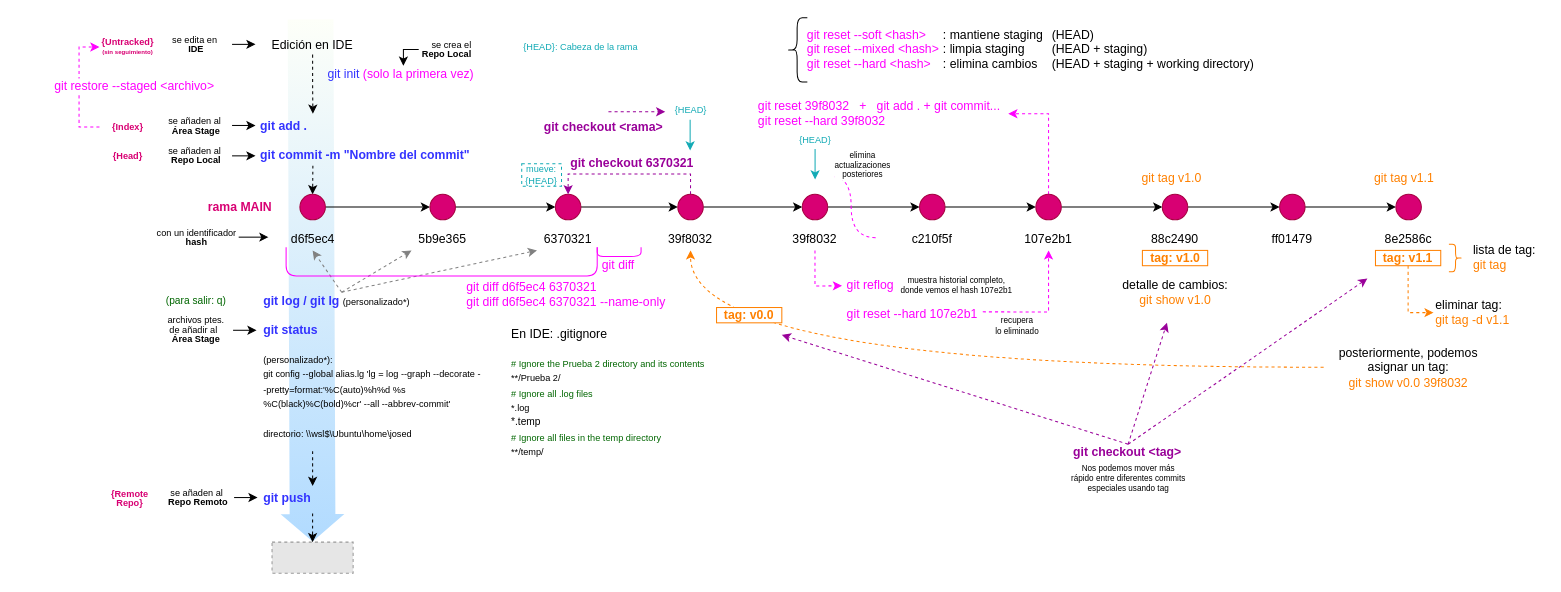
Before: Git/Git.drawio in JoseDiazRguez/FORMACION, a draw.io diagram. Source tidied: cells renumbered, new cells numbered last; positions are measured from the earlier drawing's top-left corner, leaving out a move shared by most shapes. Both pictures are drawn from the tidied source at 102%, with x=0, y=0 at pixel (99, 17). Pictures stored in the file or linked from it are replaced by grey dashed boxes.
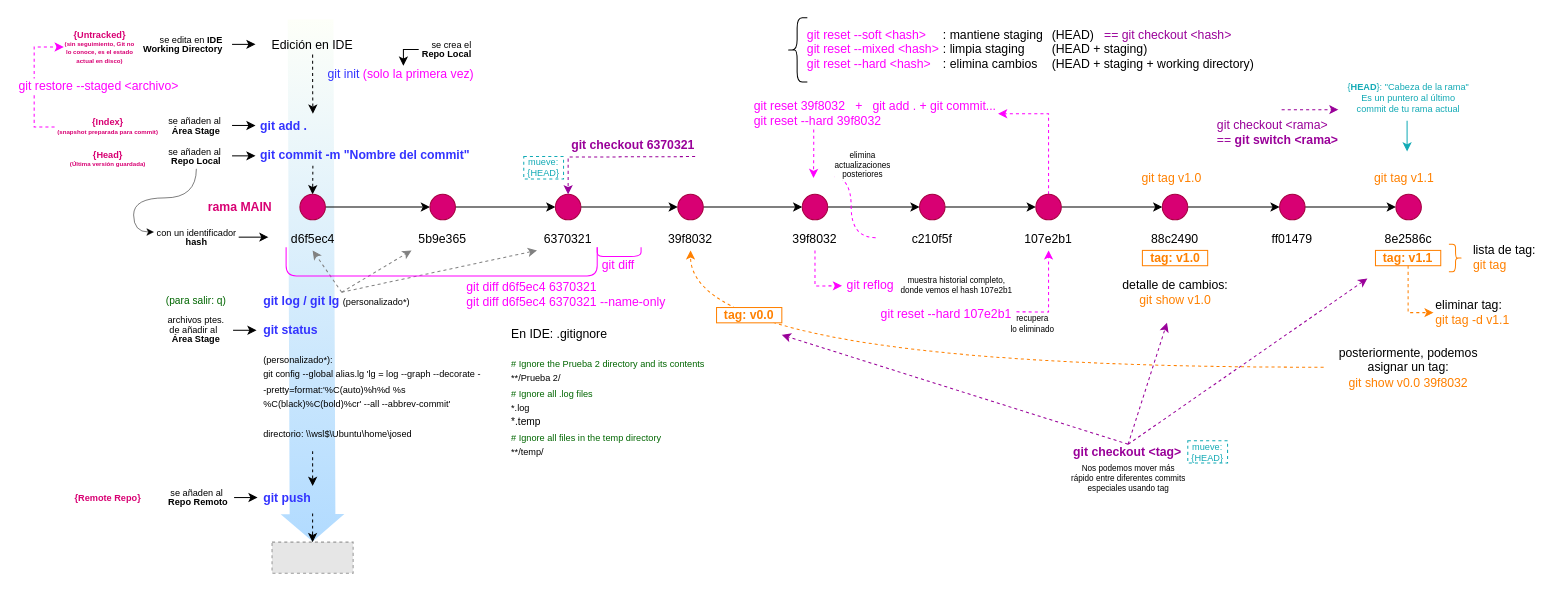
The same diagram, later.

Unchanged cells that the change refers to:
```xml
<mxCell id="15" style="ellipse;whiteSpace=wrap;html=1;fillColor=#d80073;fontColor=#ffffff;strokeColor=#A50040;" parent="1" vertex="1">
  <mxGeometry x="447" y="173" width="25" height="25" as="geometry" />
</mxCell>
<mxCell id="22" value="&lt;div style=&quot;line-height: 100%;&quot;&gt;con un identificador&lt;/div&gt;&lt;div style=&quot;line-height: 100%;&quot;&gt;&lt;b&gt;hash&lt;/b&gt;&lt;/div&gt;" style="rounded=0;whiteSpace=wrap;html=1;strokeColor=none;fillColor=none;fontSize=9;" parent="1" vertex="1">
  <mxGeometry x="53.5" y="205" width="83" height="20" as="geometry" />
</mxCell>
<mxCell id="53" style="ellipse;whiteSpace=wrap;html=1;fillColor=#d80073;fontColor=#ffffff;strokeColor=#A50040;" parent="1" vertex="1">
  <mxGeometry x="567" y="173" width="25" height="25" as="geometry" />
</mxCell>
```

Diff of the diagram source:
```diff
@@
+    <mxCell id="109" style="edgeStyle=orthogonalEdgeStyle;rounded=0;jettySize=auto;html=1;exitX=0.5;exitY=1;exitDx=0;exitDy=0;entryX=0;entryY=0.25;entryDx=0;entryDy=0;curved=1;strokeWidth=0.5;" parent="1" edge="1" source="20" target="22">
+      <mxGeometry relative="1" as="geometry" />
+    </mxCell>
     <mxCell id="20" value="&lt;div style=&quot;line-height: 100%;&quot;&gt;se añaden al&amp;nbsp;&lt;/div&gt;&lt;div style=&quot;line-height: 100%;&quot;&gt;&lt;b&gt;Repo Local&lt;/b&gt;&lt;/div&gt;" style="rounded=0;whiteSpace=wrap;html=1;strokeColor=none;fillColor=none;fontSize=9;" parent="1" vertex="1">
-      <mxGeometry x="60" y="125" width="70" height="20" as="geometry" />
+      <mxGeometry x="60" y="123" width="70" height="25" as="geometry" />
     </mxCell>
@@
-    <mxCell id="43" style="edgeStyle=orthogonalEdgeStyle;rounded=0;jettySize=auto;html=1;exitX=1;exitY=0.5;exitDx=0;exitDy=0;" parent="1" edge="1" source="44">
+    <mxCell id="43" style="edgeStyle=orthogonalEdgeStyle;rounded=0;orthogonalLoop=1;jettySize=auto;html=1;" parent="1" edge="1">
       <mxGeometry relative="1" as="geometry">
+        <mxPoint x="130" y="26" as="sourcePoint" />
         <mxPoint x="153" y="26.2" as="targetPoint" />
       </mxGeometry>
     </mxCell>
-    <mxCell id="44" value="&lt;div style=&quot;line-height: 100%;&quot;&gt;se edita en&amp;nbsp;&lt;/div&gt;&lt;div style=&quot;line-height: 100%;&quot;&gt;&lt;b&gt;IDE&lt;/b&gt;&lt;/div&gt;" style="rounded=0;whiteSpace=wrap;html=1;strokeColor=none;fillColor=none;fontSize=9;" parent="1" vertex="1">
-      <mxGeometry x="60" y="16" width="70" height="20" as="geometry" />
+    <mxCell id="44" value="&lt;div style=&quot;line-height: 100%;&quot;&gt;se edita en&amp;nbsp;&lt;b style=&quot;background-color: transparent; color: light-dark(rgb(0, 0, 0), rgb(255, 255, 255));&quot;&gt;IDE&lt;/b&gt;&lt;/div&gt;&lt;div style=&quot;line-height: 100%;&quot;&gt;&lt;b&gt;Working Directory&lt;/b&gt;&lt;/div&gt;" style="rounded=0;whiteSpace=wrap;html=1;strokeColor=none;fillColor=none;fontSize=9;align=right;" parent="1" vertex="1">
+      <mxGeometry x="39" y="16" width="84" height="20" as="geometry" />
     </mxCell>
-    <mxCell id="45" value="&lt;div style=&quot;line-height: 100%;&quot;&gt;{Untracked}&lt;/div&gt;&lt;div style=&quot;line-height: 100%;&quot;&gt;&lt;font style=&quot;font-size: 6px;&quot;&gt;(sin seguimiento)&lt;/font&gt;&lt;/div&gt;" style="rounded=0;whiteSpace=wrap;html=1;strokeColor=none;fillColor=none;fontSize=9;align=center;fontStyle=1;fontColor=#D80073;" parent="1" vertex="1">
-      <mxGeometry y="18.5" width="56" height="20" as="geometry" />
+    <mxCell id="45" value="&lt;div style=&quot;line-height: 90%;&quot;&gt;&lt;div&gt;{Untracked}&lt;/div&gt;&lt;div&gt;&lt;font style=&quot;font-size: 6px; line-height: 90%;&quot;&gt;(sin seguimiento, Git no lo conoce, es el estado actual en disco)&lt;/font&gt;&lt;/div&gt;&lt;/div&gt;" style="rounded=0;whiteSpace=wrap;html=1;strokeColor=none;fillColor=none;fontSize=9;align=center;fontStyle=1;fontColor=#D80073;" parent="1" vertex="1">
+      <mxGeometry x="-35" y="18.5" width="71" height="20" as="geometry" />
     </mxCell>
@@
-    <mxCell id="47" value="&lt;div style=&quot;line-height: 100%;&quot;&gt;{Index}&lt;/div&gt;" style="rounded=0;whiteSpace=wrap;html=1;strokeColor=none;fillColor=none;fontSize=9;align=center;fontStyle=1;fontColor=#D80073;" parent="1" vertex="1">
-      <mxGeometry y="97" width="56" height="20" as="geometry" />
+    <mxCell id="47" value="&lt;div style=&quot;line-height: 90%;&quot;&gt;&lt;div&gt;{Index}&lt;/div&gt;&lt;div&gt;&lt;font style=&quot;font-size: 6px; line-height: 90%;&quot;&gt;(snapshot preparada para commit)&lt;/font&gt;&lt;/div&gt;&lt;/div&gt;" style="rounded=0;whiteSpace=wrap;html=1;strokeColor=none;fillColor=none;fontSize=9;align=center;fontStyle=1;fontColor=#D80073;" parent="1" vertex="1">
+      <mxGeometry x="-44" y="97" width="105" height="20" as="geometry" />
     </mxCell>
-    <mxCell id="48" value="&lt;div style=&quot;line-height: 100%;&quot;&gt;{Head}&lt;/div&gt;" style="rounded=0;whiteSpace=wrap;html=1;strokeColor=none;fillColor=none;fontSize=9;align=center;fontStyle=1;fontColor=#D80073;" parent="1" vertex="1">
-      <mxGeometry y="126" width="56" height="20" as="geometry" />
+    <mxCell id="48" value="&lt;div style=&quot;line-height: 90%;&quot;&gt;&lt;div&gt;{Head}&lt;/div&gt;&lt;div&gt;&lt;font style=&quot;font-size: 6px; line-height: 90%;&quot;&gt;(Última versión guardada)&lt;/font&gt;&lt;/div&gt;&lt;/div&gt;" style="rounded=0;whiteSpace=wrap;html=1;strokeColor=none;fillColor=none;fontSize=9;align=center;fontStyle=1;fontColor=#D80073;" parent="1" vertex="1">
+      <mxGeometry x="-44" y="126" width="105" height="25" as="geometry" />
     </mxCell>
     <mxCell id="49" value="&lt;div style=&quot;line-height: 100%;&quot;&gt;{Remote Repo}&lt;/div&gt;" style="rounded=0;whiteSpace=wrap;html=1;strokeColor=none;fillColor=none;fontSize=9;align=center;fontStyle=1;fontColor=#D80073;" parent="1" vertex="1">
-      <mxGeometry x="2" y="460.5" width="56" height="20" as="geometry" />
+      <mxGeometry x="-44" y="460.5" width="105" height="20" as="geometry" />
     </mxCell>
@@
-    <mxCell id="51" style="edgeStyle=orthogonalEdgeStyle;rounded=0;jettySize=auto;html=1;exitX=0.5;exitY=0;exitDx=0;exitDy=0;entryX=0.5;entryY=0;entryDx=0;entryDy=0;dashed=1;strokeColor=#990099;" parent="1" edge="1" source="53" target="15">
-      <mxGeometry relative="1" as="geometry" />
+    <mxCell id="51" style="edgeStyle=orthogonalEdgeStyle;rounded=0;jettySize=auto;html=1;entryX=0.5;entryY=0;entryDx=0;entryDy=0;dashed=1;strokeColor=#990099;" parent="1" edge="1" target="15">
+      <mxGeometry relative="1" as="geometry">
+        <mxPoint x="584" y="136" as="sourcePoint" />
+      </mxGeometry>
     </mxCell>
@@
     <mxCell id="55" value="git checkout 6370321" style="whiteSpace=wrap;html=1;fillColor=none;strokeColor=none;rounded=0;align=left;verticalAlign=middle;fontFamily=Helvetica;fontSize=12;fontColor=#990099;fontStyle=1;" parent="1" vertex="1">
-      <mxGeometry x="460" y="135" width="132" height="15" as="geometry" />
+      <mxGeometry x="461" y="117" width="132" height="15" as="geometry" />
     </mxCell>
     <mxCell id="56" value="mueve:&lt;div&gt;{HEAD}&lt;/div&gt;" style="whiteSpace=wrap;html=1;fillColor=none;strokeColor=#12AAB5;rounded=0;align=center;verticalAlign=middle;fontFamily=Helvetica;fontSize=9;fontColor=#12AAB5;dashed=1;" parent="1" vertex="1">
-      <mxGeometry x="414" y="143" width="39" height="22" as="geometry" />
+      <mxGeometry x="416" y="136" width="39" height="22" as="geometry" />
     </mxCell>
-    <mxCell id="57" value="{HEAD}: Cabeza de la rama" style="whiteSpace=wrap;html=1;fillColor=none;strokeColor=none;rounded=0;align=left;verticalAlign=middle;fontFamily=Helvetica;fontSize=9;fontColor=#12AAB5;dashed=1;" parent="1" vertex="1">
-      <mxGeometry x="414" y="21" width="121" height="15" as="geometry" />
+    <mxCell id="57" value="{&lt;b&gt;HEAD&lt;/b&gt;}: &quot;Cabeza de la rama&quot;&lt;div&gt;Es un puntero al último commit de tu rama actual&lt;/div&gt;" style="whiteSpace=wrap;html=1;fillColor=none;strokeColor=none;rounded=0;align=center;verticalAlign=middle;fontFamily=Helvetica;fontSize=9;fontColor=#12AAB5;dashed=1;" parent="1" vertex="1">
+      <mxGeometry x="1223" y="61" width="121" height="36.5" as="geometry" />
     </mxCell>
-    <mxCell id="58" style="edgeStyle=orthogonalEdgeStyle;rounded=0;orthogonalLoop=1;jettySize=auto;html=1;exitX=0.5;exitY=1;exitDx=0;exitDy=0;entryX=0.25;entryY=0;entryDx=0;entryDy=0;strokeColor=#12AAB5;" parent="1" edge="1">
-      <mxGeometry relative="1" as="geometry">
-        <mxPoint x="579.1" y="100" as="sourcePoint" />
-        <mxPoint x="579.1" y="130" as="targetPoint" />
-      </mxGeometry>
-    </mxCell>
-    <mxCell id="59" value="{HEAD}" style="whiteSpace=wrap;html=1;fillColor=none;strokeColor=none;rounded=0;align=center;verticalAlign=middle;fontFamily=Helvetica;fontSize=9;fontColor=#12AAB5;dashed=1;" parent="1" vertex="1">
-      <mxGeometry x="560.5" y="83.5" width="38" height="15" as="geometry" />
-    </mxCell>
-    <mxCell id="60" value="git checkout &amp;lt;rama&amp;gt;" style="whiteSpace=wrap;html=1;fillColor=none;strokeColor=none;rounded=0;align=left;verticalAlign=middle;fontFamily=Helvetica;fontSize=12;fontColor=#990099;fontStyle=1;" parent="1" vertex="1">
-      <mxGeometry x="434" y="99" width="129" height="15" as="geometry" />
+    <mxCell id="60" value="&lt;span style=&quot;font-weight: normal;&quot;&gt;git checkout &amp;lt;rama&amp;gt;&lt;/span&gt;&lt;div&gt;&lt;span style=&quot;font-weight: normal;&quot;&gt;==&amp;nbsp;&lt;/span&gt;git switch &amp;lt;rama&amp;gt;&lt;/div&gt;" style="whiteSpace=wrap;html=1;fillColor=none;strokeColor=none;rounded=0;align=left;verticalAlign=middle;fontFamily=Helvetica;fontSize=12;fontColor=#990099;fontStyle=1;" parent="1" vertex="1">
+      <mxGeometry x="1094" y="97" width="129" height="29" as="geometry" />
     </mxCell>
     <mxCell id="61" style="edgeStyle=orthogonalEdgeStyle;rounded=0;orthogonalLoop=1;jettySize=auto;html=1;dashed=1;strokeColor=#990099;" parent="1" edge="1">
       <mxGeometry relative="1" as="geometry">
-        <mxPoint x="499" y="92" as="sourcePoint" />
-        <mxPoint x="554.7" y="92" as="targetPoint" />
+        <mxPoint x="1159" y="90" as="sourcePoint" />
+        <mxPoint x="1214.7" y="90" as="targetPoint" />
       </mxGeometry>
     </mxCell>
@@
+    <mxCell id="110" style="edgeStyle=orthogonalEdgeStyle;rounded=0;jettySize=auto;html=1;exitX=0.25;exitY=1;exitDx=0;exitDy=0;dashed=1;strokeColor=#FF00FF;" parent="1" edge="1" source="73">
+      <mxGeometry relative="1" as="geometry">
+        <mxPoint x="700" y="157" as="targetPoint" />
+      </mxGeometry>
+    </mxCell>
     <mxCell id="73" value="&lt;div style=&quot;text-align: left;&quot;&gt;git reset&amp;nbsp;39f8032&amp;nbsp; &amp;nbsp;+&amp;nbsp; &amp;nbsp;git add . + git commit...&lt;/div&gt;&lt;div style=&quot;text-align: left;&quot;&gt;git reset --hard&amp;nbsp;39f8032&lt;/div&gt;" style="whiteSpace=wrap;html=1;fillColor=none;strokeColor=none;rounded=0;align=left;verticalAlign=middle;fontFamily=Helvetica;fontSize=12;fontColor=#FF00FF;" parent="1" vertex="1">
-      <mxGeometry x="644" y="78.5" width="247" height="31" as="geometry" />
+      <mxGeometry x="640" y="78.5" width="241" height="31" as="geometry" />
     </mxCell>
-    <mxCell id="74" style="edgeStyle=orthogonalEdgeStyle;rounded=0;orthogonalLoop=1;jettySize=auto;html=1;exitX=0.5;exitY=1;exitDx=0;exitDy=0;entryX=0.25;entryY=0;entryDx=0;entryDy=0;strokeColor=#12AAB5;" parent="1" edge="1">
-      <mxGeometry relative="1" as="geometry">
-        <mxPoint x="701.6" y="128.5" as="sourcePoint" />
-        <mxPoint x="701.6" y="158.5" as="targetPoint" />
-      </mxGeometry>
-    </mxCell>
-    <mxCell id="75" value="{HEAD}" style="whiteSpace=wrap;html=1;fillColor=none;strokeColor=none;rounded=0;align=center;verticalAlign=middle;fontFamily=Helvetica;fontSize=9;fontColor=#12AAB5;dashed=1;" parent="1" vertex="1">
-      <mxGeometry x="683" y="112" width="38" height="15" as="geometry" />
-    </mxCell>
@@
-    <mxCell id="77" value="&lt;div style=&quot;text-align: left;&quot;&gt;git reflog&lt;/div&gt;&lt;div style=&quot;text-align: left;&quot;&gt;&lt;br&gt;&lt;/div&gt;&lt;div style=&quot;text-align: left;&quot;&gt;git reset --hard&amp;nbsp;107e2b1&lt;/div&gt;" style="whiteSpace=wrap;html=1;fillColor=none;strokeColor=none;rounded=0;align=left;verticalAlign=middle;fontFamily=Helvetica;fontSize=12;fontColor=#FF00FF;spacingLeft=3;" parent="1" vertex="1">
-      <mxGeometry x="728" y="250" width="138" height="51" as="geometry" />
+    <mxCell id="77" value="&lt;div style=&quot;text-align: left;&quot;&gt;git reflog&lt;/div&gt;&lt;div style=&quot;text-align: left;&quot;&gt;&lt;br&gt;&lt;/div&gt;&lt;div style=&quot;text-align: left;&quot;&gt;&amp;nbsp; &amp;nbsp; &amp;nbsp; &amp;nbsp; &amp;nbsp; git reset --hard&amp;nbsp;107e2b1&lt;/div&gt;" style="whiteSpace=wrap;html=1;fillColor=none;strokeColor=none;rounded=0;align=left;verticalAlign=middle;fontFamily=Helvetica;fontSize=12;fontColor=#FF00FF;spacingLeft=3;" parent="1" vertex="1">
+      <mxGeometry x="728" y="250" width="171" height="51" as="geometry" />
     </mxCell>
@@
     <mxCell id="79" value="recupera&lt;div&gt;lo eliminado&lt;/div&gt;" style="rounded=0;whiteSpace=wrap;html=1;strokeColor=none;fillColor=none;fontSize=8;fontStyle=0;fontColor=default;" parent="1" vertex="1">
-      <mxGeometry x="875" y="292" width="50" height="20" as="geometry" />
+      <mxGeometry x="890" y="290" width="50" height="20" as="geometry" />
     </mxCell>
@@
-    <mxCell id="107" value="&lt;div style=&quot;text-align: left;&quot;&gt;&lt;font&gt;&lt;div style=&quot;&quot;&gt;&lt;font&gt;&lt;span style=&quot;background-color: transparent;&quot;&gt;&lt;font style=&quot;&quot;&gt;&lt;font style=&quot;color: rgb(255, 0, 255);&quot;&gt;git reset --soft &amp;lt;hash&amp;gt;&lt;/font&gt;&lt;font style=&quot;color: rgb(0, 0, 0);&quot;&gt; &lt;/font&gt;&lt;span style=&quot;color: light-dark(rgb(255, 0, 255), rgb(255, 112, 255)); white-space: pre;&quot;&gt;&#9;&lt;/span&gt;&lt;font style=&quot;color: rgb(0, 0, 0);&quot;&gt;:&amp;nbsp;&lt;/font&gt;&lt;/font&gt;&lt;font style=&quot;color: rgb(0, 0, 0);&quot;&gt;mantiene staging&lt;font&gt;&amp;nbsp;&lt;span style=&quot;white-space: pre;&quot;&gt;&#9;&lt;/span&gt;(&lt;/font&gt;&lt;/font&gt;&lt;/span&gt;&lt;span style=&quot;background-color: transparent;&quot;&gt;&lt;font style=&quot;color: rgb(0, 0, 0);&quot;&gt;HEAD)&lt;/font&gt;&lt;/span&gt;&lt;/font&gt;&lt;/div&gt;&lt;/font&gt;&lt;/div&gt;&lt;div style=&quot;text-align: left;&quot;&gt;&lt;font&gt;&lt;span style=&quot;background-color: transparent;&quot;&gt;&lt;font style=&quot;&quot;&gt;&lt;font style=&quot;color: rgb(255, 0, 255);&quot;&gt;git reset --mixed &amp;lt;hash&amp;gt;&lt;/font&gt;&lt;span style=&quot;color: light-dark(rgb(255, 0, 255), rgb(255, 112, 255)); white-space: pre;&quot;&gt;&#9;&lt;/span&gt;&lt;font style=&quot;color: rgb(0, 0, 0);&quot;&gt;: &lt;/font&gt;&lt;/font&gt;&lt;font style=&quot;color: rgb(0, 0, 0);&quot;&gt;limpia staging&lt;font style=&quot;&quot;&gt;&amp;nbsp;&lt;span style=&quot;white-space: pre;&quot;&gt;&#9;&lt;/span&gt;(&lt;/font&gt;&lt;/font&gt;&lt;/span&gt;&lt;span style=&quot;background-color: transparent;&quot;&gt;&lt;font style=&quot;color: rgb(0, 0, 0);&quot;&gt;HEAD + staging)&lt;/font&gt;&lt;/span&gt;&lt;/font&gt;&lt;/div&gt;&lt;div style=&quot;text-align: left;&quot;&gt;&lt;font&gt;&lt;span style=&quot;background-color: transparent;&quot;&gt;&lt;font style=&quot;color: rgb(255, 0, 255);&quot;&gt;git reset --hard&amp;nbsp;&amp;lt;hash&amp;gt;&lt;/font&gt;&lt;font style=&quot;color: rgb(0, 0, 0);&quot;&gt;&amp;nbsp; &lt;/font&gt;&lt;span style=&quot;color: light-dark(rgb(255, 0, 255), rgb(255, 112, 255)); white-space: pre;&quot;&gt;&#9;&lt;/span&gt;&lt;font style=&quot;color: rgb(0, 0, 0);&quot;&gt;: elimina cambios &lt;span style=&quot;white-space: pre;&quot;&gt;&#9;&lt;/span&gt;(&lt;/font&gt;&lt;/span&gt;&lt;span style=&quot;background-color: transparent;&quot;&gt;&lt;font style=&quot;color: rgb(0, 0, 0);&quot;&gt;HEAD + staging + working directory)&lt;/font&gt;&lt;/span&gt;&lt;/font&gt;&lt;/div&gt;" style="whiteSpace=wrap;html=1;fillColor=none;strokeColor=none;rounded=0;align=left;verticalAlign=middle;fontFamily=Helvetica;fontSize=12;fontColor=#FF00FF;" parent="1" vertex="1">
+    <mxCell id="107" value="&lt;div style=&quot;text-align: left;&quot;&gt;&lt;font&gt;&lt;div style=&quot;&quot;&gt;&lt;font&gt;&lt;span style=&quot;background-color: transparent;&quot;&gt;&lt;font style=&quot;&quot;&gt;&lt;font style=&quot;color: rgb(255, 0, 255);&quot;&gt;git reset --soft &amp;lt;hash&amp;gt;&lt;/font&gt;&lt;font style=&quot;color: rgb(0, 0, 0);&quot;&gt; &lt;/font&gt;&lt;span style=&quot;color: light-dark(rgb(255, 0, 255), rgb(255, 112, 255)); white-space: pre;&quot;&gt;&#9;&lt;/span&gt;&lt;font style=&quot;color: rgb(0, 0, 0);&quot;&gt;:&amp;nbsp;&lt;/font&gt;&lt;/font&gt;&lt;font style=&quot;color: rgb(0, 0, 0);&quot;&gt;mantiene staging&lt;font&gt;&amp;nbsp;&lt;span style=&quot;white-space: pre;&quot;&gt;&#9;&lt;/span&gt;(&lt;/font&gt;&lt;/font&gt;&lt;/span&gt;&lt;span style=&quot;background-color: transparent;&quot;&gt;&lt;font style=&quot;color: rgb(0, 0, 0);&quot;&gt;HEAD)&amp;nbsp; &amp;nbsp;&lt;/font&gt;&lt;font style=&quot;color: rgb(153, 0, 153);&quot;&gt;== git checkout &amp;lt;hash&amp;gt;&lt;/font&gt;&lt;/span&gt;&lt;/font&gt;&lt;/div&gt;&lt;/font&gt;&lt;/div&gt;&lt;div style=&quot;text-align: left;&quot;&gt;&lt;font&gt;&lt;span style=&quot;background-color: transparent;&quot;&gt;&lt;font style=&quot;&quot;&gt;&lt;font style=&quot;color: rgb(255, 0, 255);&quot;&gt;git reset --mixed &amp;lt;hash&amp;gt;&lt;/font&gt;&lt;span style=&quot;color: light-dark(rgb(255, 0, 255), rgb(255, 112, 255)); white-space: pre;&quot;&gt;&#9;&lt;/span&gt;&lt;font style=&quot;color: rgb(0, 0, 0);&quot;&gt;: &lt;/font&gt;&lt;/font&gt;&lt;font style=&quot;color: rgb(0, 0, 0);&quot;&gt;limpia staging&lt;font style=&quot;&quot;&gt;&amp;nbsp;&lt;span style=&quot;white-space: pre;&quot;&gt;&#9;&lt;/span&gt;(&lt;/font&gt;&lt;/font&gt;&lt;/span&gt;&lt;span style=&quot;background-color: transparent;&quot;&gt;&lt;font style=&quot;color: rgb(0, 0, 0);&quot;&gt;HEAD + staging)&lt;/font&gt;&lt;/span&gt;&lt;/font&gt;&lt;/div&gt;&lt;div style=&quot;text-align: left;&quot;&gt;&lt;font&gt;&lt;span style=&quot;background-color: transparent;&quot;&gt;&lt;font style=&quot;color: rgb(255, 0, 255);&quot;&gt;git reset --hard&amp;nbsp;&amp;lt;hash&amp;gt;&lt;/font&gt;&lt;font style=&quot;color: rgb(0, 0, 0);&quot;&gt;&amp;nbsp; &lt;/font&gt;&lt;span style=&quot;color: light-dark(rgb(255, 0, 255), rgb(255, 112, 255)); white-space: pre;&quot;&gt;&#9;&lt;/span&gt;&lt;font style=&quot;color: rgb(0, 0, 0);&quot;&gt;: elimina cambios &lt;span style=&quot;white-space: pre;&quot;&gt;&#9;&lt;/span&gt;(&lt;/font&gt;&lt;/span&gt;&lt;span style=&quot;background-color: transparent;&quot;&gt;&lt;font style=&quot;color: rgb(0, 0, 0);&quot;&gt;HEAD + staging + working directory)&lt;/font&gt;&lt;/span&gt;&lt;/font&gt;&lt;/div&gt;" style="whiteSpace=wrap;html=1;fillColor=none;strokeColor=none;rounded=0;align=left;verticalAlign=middle;fontFamily=Helvetica;fontSize=12;fontColor=#FF00FF;" parent="1" vertex="1">
       <mxGeometry x="692" y="6" width="463" height="49" as="geometry" />
     </mxCell>
@@
+    <mxCell id="111" style="edgeStyle=orthogonalEdgeStyle;rounded=0;orthogonalLoop=1;jettySize=auto;html=1;exitX=0.5;exitY=1;exitDx=0;exitDy=0;entryX=0.25;entryY=0;entryDx=0;entryDy=0;strokeColor=#12AAB5;" parent="1" edge="1">
+      <mxGeometry relative="1" as="geometry">
+        <mxPoint x="1282" y="101" as="sourcePoint" />
+        <mxPoint x="1282" y="131" as="targetPoint" />
+      </mxGeometry>
+    </mxCell>
+    <mxCell id="112" value="mueve:&lt;div&gt;{HEAD}&lt;/div&gt;" style="whiteSpace=wrap;html=1;fillColor=none;strokeColor=#12AAB5;rounded=0;align=center;verticalAlign=middle;fontFamily=Helvetica;fontSize=9;fontColor=#12AAB5;dashed=1;" parent="1" vertex="1">
+      <mxGeometry x="1067" y="414.5" width="39" height="22" as="geometry" />
+    </mxCell>
```
